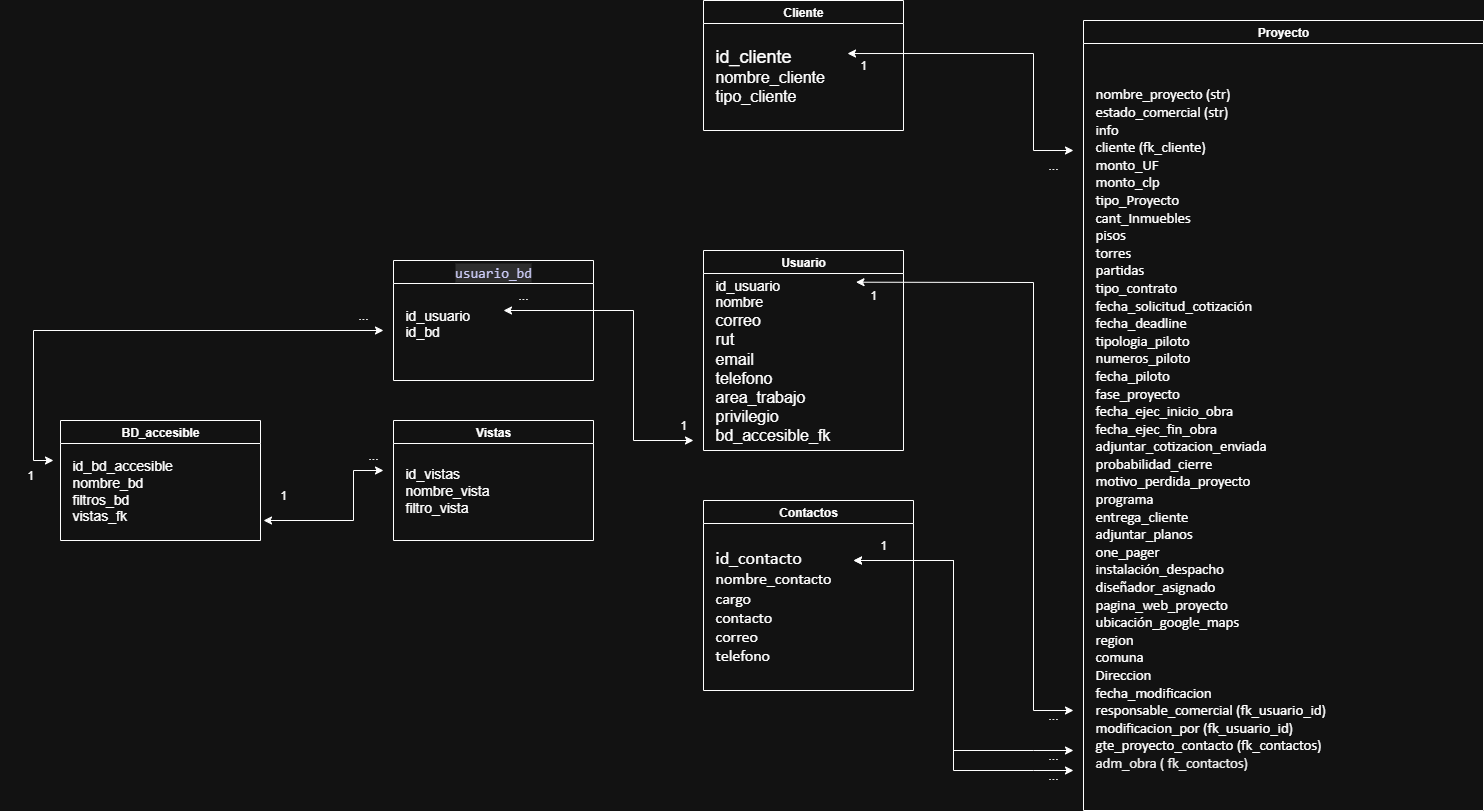
Earlier version of the draw.io export bd/bd_imagen.png (pablohernanpintoformatto/modulo1_control_comercial). Source tidied: cells renumbered, new cells last; positions are measured from the earlier drawing's top-left corner, leaving out a move shared by most shapes.
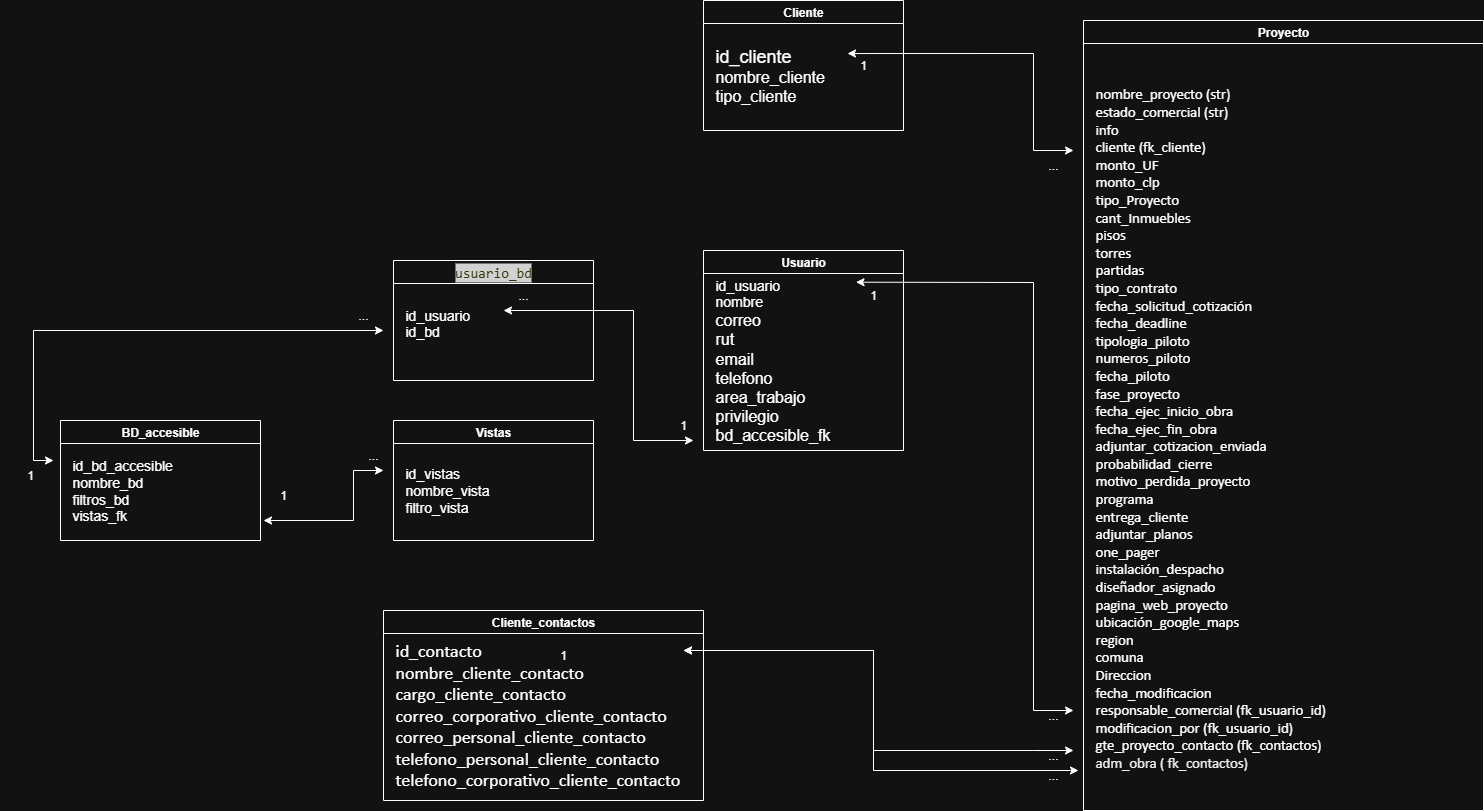
After the change.

Commit message:
se agregaron crud de cliente y contacto cliente

What changed in the source:
```diff
@@ -35,34 +35,23 @@
         </Array>
       </mxGeometry>
     </mxCell>
-    <mxCell id="11" value="Contactos" style="swimlane;whiteSpace=wrap;html=1;" parent="1" vertex="1">
-      <mxGeometry x="703" y="500" width="210" height="190" as="geometry" />
+    <mxCell id="11" value="Cliente_contactos" style="swimlane;whiteSpace=wrap;html=1;" parent="1" vertex="1">
+      <mxGeometry x="383" y="610" width="320" height="190" as="geometry" />
     </mxCell>
-    <mxCell id="12" value="&lt;p lang=&quot;es&quot; style=&quot;margin: 0in; font-family: Calibri;&quot;&gt;&lt;font style=&quot;font-size: 18px;&quot;&gt;id_contacto&lt;/font&gt;&lt;/p&gt;&lt;p lang=&quot;es&quot; style=&quot;margin: 0in; font-family: Calibri;&quot;&gt;&lt;font size=&quot;3&quot;&gt;nombre_contacto&lt;/font&gt;&lt;/p&gt;&lt;p lang=&quot;es&quot; style=&quot;margin: 0in; font-family: Calibri;&quot;&gt;&lt;font size=&quot;3&quot;&gt;cargo&lt;br&gt;contacto&lt;/font&gt;&lt;/p&gt;&lt;p lang=&quot;es&quot; style=&quot;margin: 0in; font-family: Calibri;&quot;&gt;&lt;font size=&quot;3&quot;&gt;correo&lt;/font&gt;&lt;/p&gt;&lt;p lang=&quot;es&quot; style=&quot;margin: 0in; font-family: Calibri;&quot;&gt;&lt;font size=&quot;3&quot;&gt;telefono&lt;/font&gt;&lt;/p&gt;" style="text;html=1;align=left;verticalAlign=middle;strokeColor=none;fillColor=none;" parent="11" vertex="1">
-      <mxGeometry x="10" y="40" width="140" height="130" as="geometry" />
+    <mxCell id="12" value="&lt;p lang=&quot;es&quot; style=&quot;margin: 0in; font-family: Calibri;&quot;&gt;&lt;font style=&quot;font-size: 18px;&quot;&gt;id_contacto&lt;/font&gt;&lt;/p&gt;&lt;p lang=&quot;es&quot; style=&quot;margin: 0in; font-family: Calibri;&quot;&gt;&lt;font style=&quot;font-size: 18px;&quot;&gt;nombre_cliente_contacto&lt;/font&gt;&lt;/p&gt;&lt;p lang=&quot;es&quot; style=&quot;margin: 0in; font-family: Calibri;&quot;&gt;&lt;font style=&quot;font-size: 18px;&quot;&gt;cargo_cliente_contacto&lt;/font&gt;&lt;/p&gt;&lt;p style=&quot;margin: 0in; font-family: Calibri;&quot; lang=&quot;es&quot;&gt;&lt;span style=&quot;font-size: 18px;&quot;&gt;correo_corporativo_cliente_contacto&lt;/span&gt;&lt;/p&gt;&lt;p style=&quot;margin: 0in; font-family: Calibri;&quot; lang=&quot;es&quot;&gt;&lt;span style=&quot;font-size: 18px;&quot;&gt;correo_personal_cliente_contacto&lt;/span&gt;&lt;/p&gt;&lt;p style=&quot;margin: 0in; font-family: Calibri;&quot; lang=&quot;es&quot;&gt;&lt;span style=&quot;font-size: 18px;&quot;&gt;telefono_personal_cliente_contacto&lt;/span&gt;&lt;/p&gt;&lt;p style=&quot;margin: 0in; font-family: Calibri;&quot; lang=&quot;es&quot;&gt;&lt;span style=&quot;font-size: 18px;&quot;&gt;telefono_corporativo_cliente_contacto&lt;/span&gt;&lt;/p&gt;" style="text;html=1;align=left;verticalAlign=middle;strokeColor=none;fillColor=none;" parent="11" vertex="1">
+      <mxGeometry x="10" y="25" width="310" height="160" as="geometry" />
     </mxCell>
-    <mxCell id="13" style="endArrow=classic;startArrow=classic;html=1;rounded=0;entryX=1.021;entryY=0.146;entryDx=0;entryDy=0;entryPerimeter=0;" parent="11" edge="1">
-      <mxGeometry relative="1" as="geometry">
-        <mxPoint x="370" y="270" as="sourcePoint" />
-        <mxPoint x="150" y="60" as="targetPoint" />
-        <Array as="points">
-          <mxPoint x="330" y="270" />
-          <mxPoint x="250" y="270" />
-          <mxPoint x="250" y="60" />
-        </Array>
-      </mxGeometry>
-    </mxCell>
     <mxCell id="14" value="1" style="text;html=1;align=center;verticalAlign=middle;whiteSpace=wrap;rounded=0;" parent="11" vertex="1">
       <mxGeometry x="150" y="30" width="60" height="30" as="geometry" />
     </mxCell>
     <mxCell id="15" style="endArrow=classic;startArrow=classic;html=1;rounded=0;" parent="1" edge="1">
       <mxGeometry relative="1" as="geometry">
         <mxPoint x="1073" y="750" as="sourcePoint" />
-        <mxPoint x="853" y="560" as="targetPoint" />
+        <mxPoint x="683" y="650" as="targetPoint" />
         <Array as="points">
           <mxPoint x="1033" y="750" />
-          <mxPoint x="953" y="750" />
-          <mxPoint x="953" y="560" />
+          <mxPoint x="873" y="750" />
+          <mxPoint x="873" y="650" />
         </Array>
       </mxGeometry>
     </mxCell>
@@ -153,5 +142,15 @@
     <mxCell id="35" value="..." style="text;html=1;align=center;verticalAlign=middle;whiteSpace=wrap;rounded=0;" parent="1" vertex="1">
       <mxGeometry x="1023" y="150" width="60" height="30" as="geometry" />
     </mxCell>
+    <mxCell id="13" style="endArrow=classic;startArrow=classic;html=1;rounded=0;exitX=0.75;exitY=0;exitDx=0;exitDy=0;" parent="1" edge="1">
+      <mxGeometry relative="1" as="geometry">
+        <mxPoint x="1078" y="770" as="sourcePoint" />
+        <mxPoint x="683" y="650" as="targetPoint" />
+        <Array as="points">
+          <mxPoint x="873" y="770" />
+          <mxPoint x="873" y="650" />
+        </Array>
+      </mxGeometry>
+    </mxCell>
   </root>
 </mxGraphModel>
```
